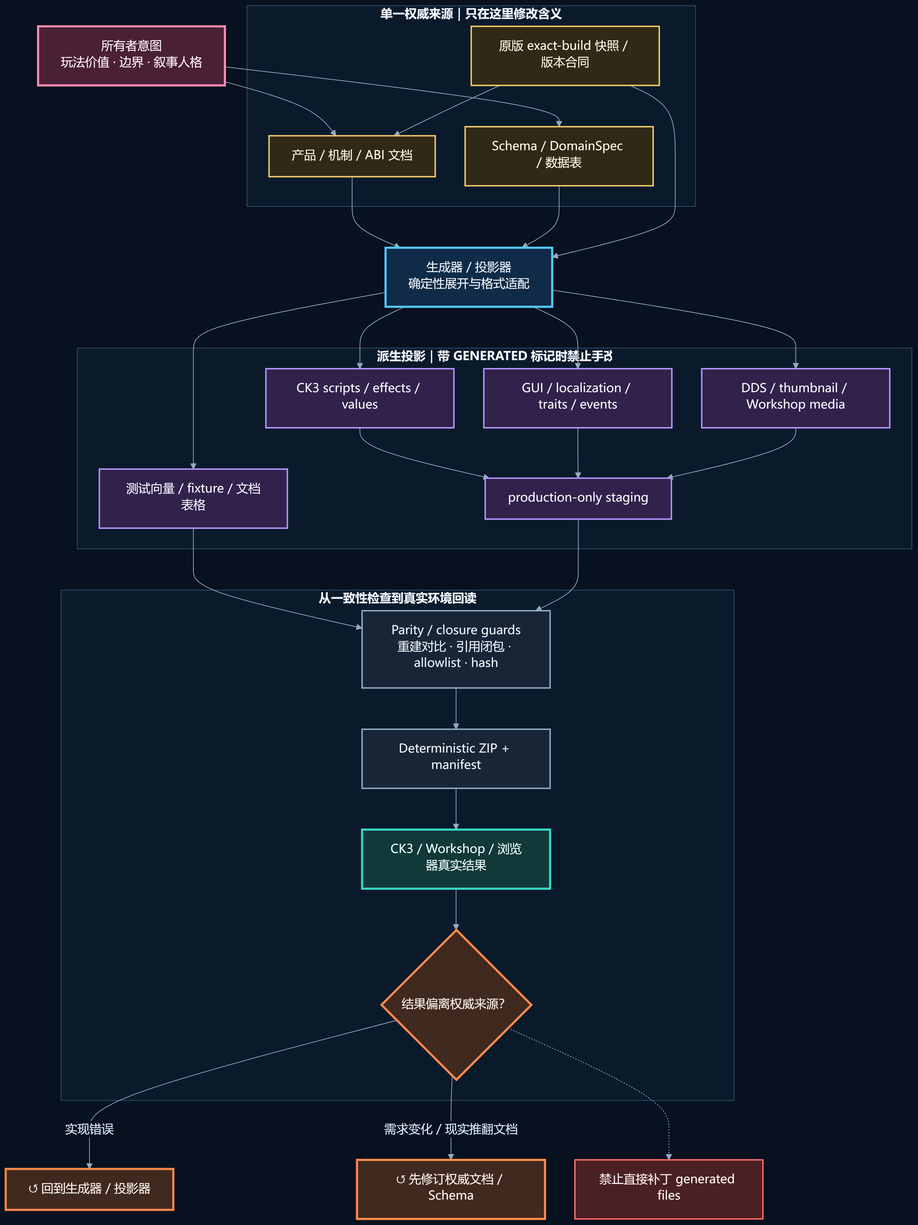
XenoAmess/ck3_eternal_recurrence keeps this Mermaid diagram as docs/project-causality-architecture/rendered/10-source-of-truth-projections.png. Above is the earlier version. Its source is kept beside it as docs/project-causality-architecture/src/10-source-of-truth-projections.mmd.
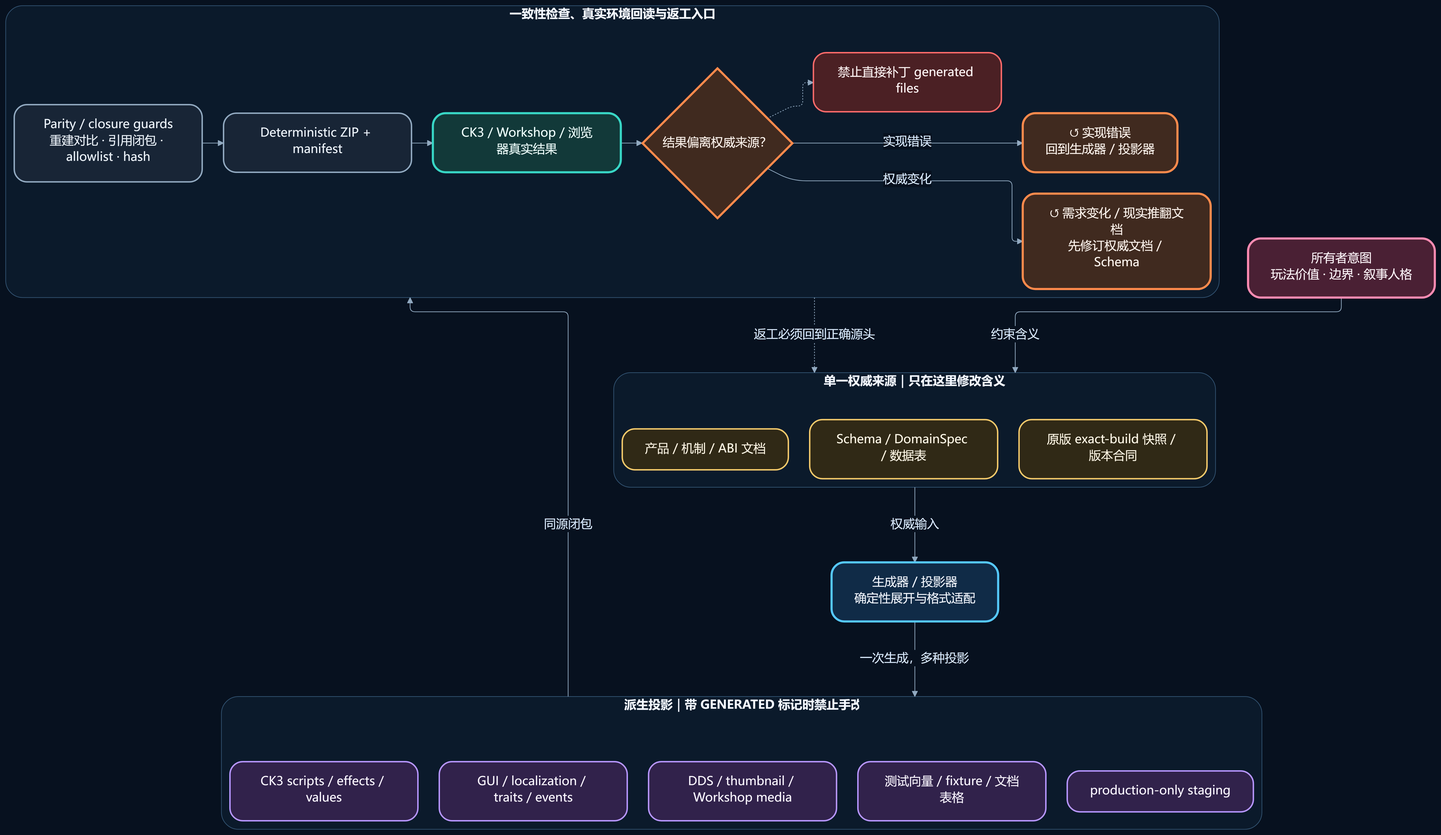
Above is the later version.

Change to the diagram source:
```diff
@@ -6,6 +6,7 @@
       D["产品 / 机制 / ABI 文档"]
       S["Schema / DomainSpec / 数据表"]
       V["原版 exact-build 快照 / 版本合同"]
+      D ~~~ S ~~~ V
     end
 
     GEN["生成器 / 投影器<br/>确定性展开与格式适配"]
@@ -17,35 +18,29 @@
       P3["DDS / thumbnail / Workshop media"]
       P4["测试向量 / fixture / 文档表格"]
       P5["production-only staging"]
+      P1 ~~~ P2 ~~~ P3 ~~~ P4 ~~~ P5
     end
 
-    subgraph DELIVERY["从一致性检查到真实环境回读"]
+    subgraph DELIVERY["一致性检查、真实环境回读与返工入口"]
       direction LR
       PARITY["Parity / closure guards<br/>重建对比 · 引用闭包 · allowlist · hash"]
       REL["Deterministic ZIP + manifest"]
       LIVE["CK3 / Workshop / 浏览器真实结果"]
       FIX{"结果偏离权威来源？"}
+      RET1["↺ 实现错误<br/>回到生成器 / 投影器"]
+      RET2["↺ 需求变化 / 现实推翻文档<br/>先修订权威文档 / Schema"]
+      BAN["禁止直接补丁 generated files"]
       PARITY --> REL --> LIVE --> FIX
+      FIX -- "实现错误" --> RET1
+      FIX -- "权威变化" --> RET2
+      FIX -.-> BAN
     end
 
-    O --> D
-    O --> S
-    V --> D
-    D --> GEN
-    S --> GEN
-    V --> GEN
-    GEN --> P1
-    GEN --> P2
-    GEN --> P3
-    GEN --> P4
-    P1 --> P5
-    P2 --> P5
-    P3 --> P5
-    P4 --> PARITY
-    P5 --> PARITY
-    FIX -- "实现错误" --> RET1["↺ 回到生成器 / 投影器"]
-    FIX -- "需求变化 / 现实推翻文档" --> RET2["↺ 先修订权威文档 / Schema"]
-    FIX -.-> BAN["禁止直接补丁 generated files"]
+    O -- "约束含义" --> AUTH
+    AUTH -- "权威输入" --> GEN
+    GEN -- "一次生成，多种投影" --> PROJ
+    PROJ -- "同源闭包" --> DELIVERY
+    DELIVERY -. "返工必须回到正确源头" .-> AUTH
 
     class O human;
     class D,S,V auth;
@@ -53,8 +48,7 @@
     class P1,P2,P3,P4,P5 projection;
     class PARITY,REL verify;
     class LIVE live;
-    class FIX decision;
-    class RET1,RET2 decision;
+    class FIX,RET1,RET2 decision;
     class BAN forbidden;
     classDef human fill:#4a2034,stroke:#ff8bb2,color:#fff7fb,stroke-width:3px;
     classDef auth fill:#302916,stroke:#f3c96b,color:#fff8e7,stroke-width:2px;
```
